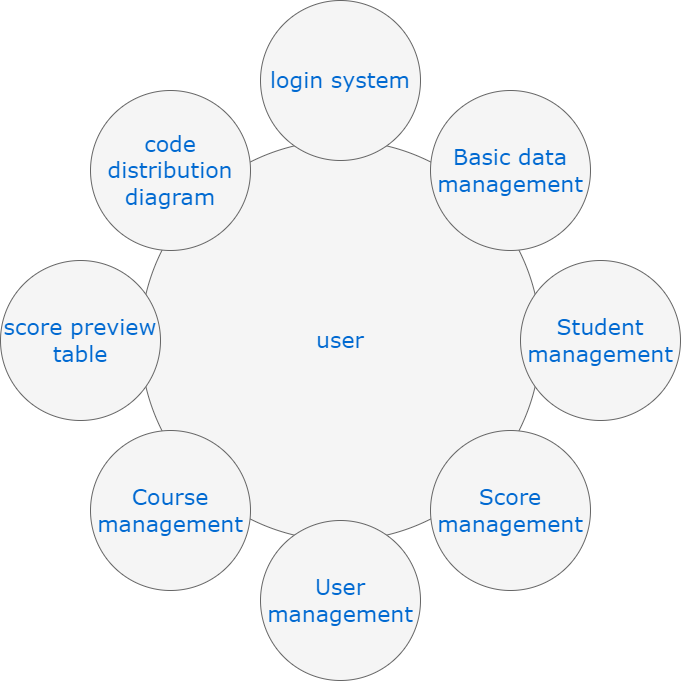
Earlier version of the draw.io export 2_Architecture/usecase diagram.drawio.png (Ajithmathiyalagan/M1_Project). Source tidied: cells renumbered, new cells last; positions are measured from the earlier drawing's top-left corner, leaving out a move shared by most shapes.
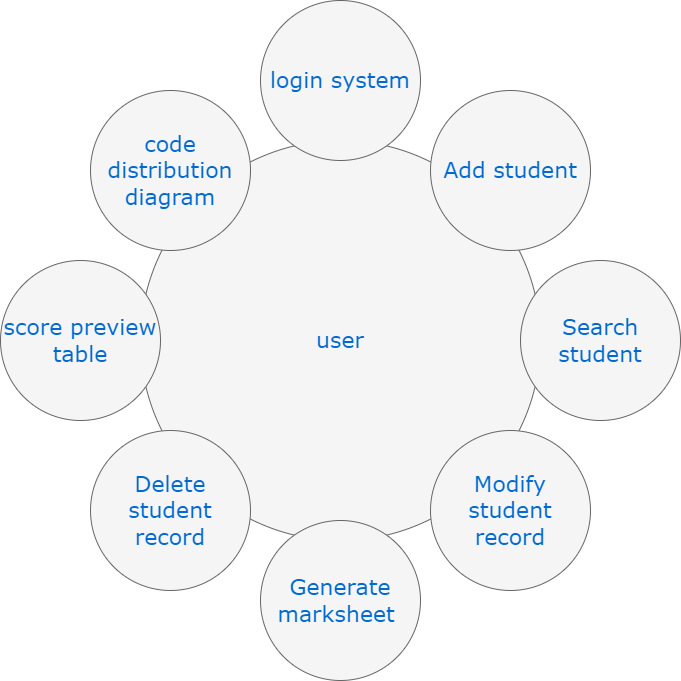
Later version of the same file.

Change to the diagram source:
```diff
@@ -8,10 +8,10 @@
     <mxCell id="3" value="login system&lt;br&gt;" style="ellipse;whiteSpace=wrap;html=1;rounded=0;shadow=0;dashed=0;comic=0;fontFamily=Verdana;fontSize=22;fontColor=#0069D1;fillColor=#f5f5f5;strokeColor=#666666;" parent="1" vertex="1">
       <mxGeometry x="260" width="160" height="160" as="geometry" />
     </mxCell>
-    <mxCell id="4" value="User management" style="ellipse;whiteSpace=wrap;html=1;rounded=0;shadow=0;dashed=0;comic=0;fontFamily=Verdana;fontSize=22;fontColor=#0069D1;fillColor=#f5f5f5;strokeColor=#666666;" parent="1" vertex="1">
+    <mxCell id="4" value="Generate&lt;br&gt;marksheet&amp;nbsp;" style="ellipse;whiteSpace=wrap;html=1;rounded=0;shadow=0;dashed=0;comic=0;fontFamily=Verdana;fontSize=22;fontColor=#0069D1;fillColor=#f5f5f5;strokeColor=#666666;" parent="1" vertex="1">
       <mxGeometry x="260" y="520" width="160" height="160" as="geometry" />
     </mxCell>
-    <mxCell id="5" value="Student management" style="ellipse;whiteSpace=wrap;html=1;rounded=0;shadow=0;dashed=0;comic=0;fontFamily=Verdana;fontSize=22;fontColor=#0069D1;fillColor=#f5f5f5;strokeColor=#666666;" parent="1" vertex="1">
+    <mxCell id="5" value="Search student" style="ellipse;whiteSpace=wrap;html=1;rounded=0;shadow=0;dashed=0;comic=0;fontFamily=Verdana;fontSize=22;fontColor=#0069D1;fillColor=#f5f5f5;strokeColor=#666666;" parent="1" vertex="1">
       <mxGeometry x="520" y="260" width="160" height="160" as="geometry" />
     </mxCell>
     <mxCell id="6" value="score preview table" style="ellipse;whiteSpace=wrap;html=1;rounded=0;shadow=0;dashed=0;comic=0;fontFamily=Verdana;fontSize=22;fontColor=#0069D1;fillColor=#f5f5f5;strokeColor=#666666;" parent="1" vertex="1">
@@ -20,13 +20,13 @@
     <mxCell id="7" value="code distribution&lt;br&gt;diagram&lt;br&gt;" style="ellipse;whiteSpace=wrap;html=1;rounded=0;shadow=0;dashed=0;comic=0;fontFamily=Verdana;fontSize=22;fontColor=#0069D1;fillColor=#f5f5f5;strokeColor=#666666;" parent="1" vertex="1">
       <mxGeometry x="90" y="90" width="160" height="160" as="geometry" />
     </mxCell>
-    <mxCell id="8" value="Basic data management" style="ellipse;whiteSpace=wrap;html=1;rounded=0;shadow=0;dashed=0;comic=0;fontFamily=Verdana;fontSize=22;fontColor=#0069D1;fillColor=#f5f5f5;strokeColor=#666666;" parent="1" vertex="1">
+    <mxCell id="8" value="Add student" style="ellipse;whiteSpace=wrap;html=1;rounded=0;shadow=0;dashed=0;comic=0;fontFamily=Verdana;fontSize=22;fontColor=#0069D1;fillColor=#f5f5f5;strokeColor=#666666;" parent="1" vertex="1">
       <mxGeometry x="430" y="90" width="160" height="160" as="geometry" />
     </mxCell>
-    <mxCell id="9" value="Score management" style="ellipse;whiteSpace=wrap;html=1;rounded=0;shadow=0;dashed=0;comic=0;fontFamily=Verdana;fontSize=22;fontColor=#0069D1;fillColor=#f5f5f5;strokeColor=#666666;" parent="1" vertex="1">
+    <mxCell id="9" value="Modify student record" style="ellipse;whiteSpace=wrap;html=1;rounded=0;shadow=0;dashed=0;comic=0;fontFamily=Verdana;fontSize=22;fontColor=#0069D1;fillColor=#f5f5f5;strokeColor=#666666;" parent="1" vertex="1">
       <mxGeometry x="430" y="430" width="160" height="160" as="geometry" />
     </mxCell>
-    <mxCell id="10" value="Course management" style="ellipse;whiteSpace=wrap;html=1;rounded=0;shadow=0;dashed=0;comic=0;fontFamily=Verdana;fontSize=22;fontColor=#0069D1;fillColor=#f5f5f5;strokeColor=#666666;" parent="1" vertex="1">
+    <mxCell id="10" value="Delete student record" style="ellipse;whiteSpace=wrap;html=1;rounded=0;shadow=0;dashed=0;comic=0;fontFamily=Verdana;fontSize=22;fontColor=#0069D1;fillColor=#f5f5f5;strokeColor=#666666;" parent="1" vertex="1">
       <mxGeometry x="90" y="430" width="160" height="160" as="geometry" />
     </mxCell>
   </root>
```
